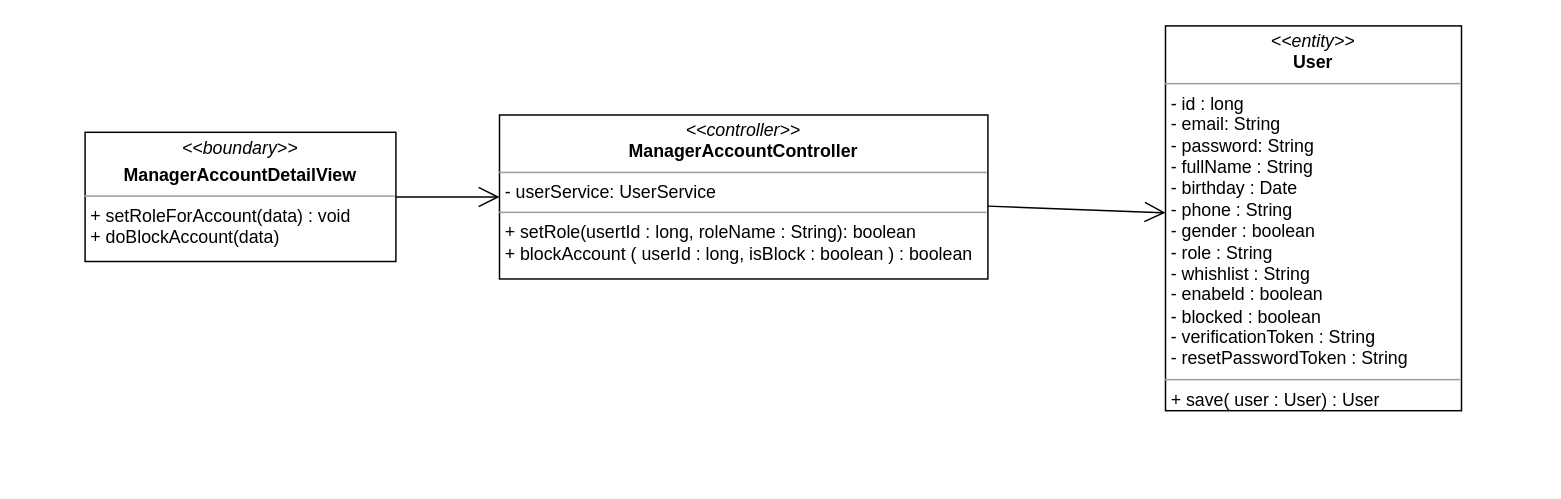
Above: class diagram/set-role-account-class-diagram.drawio in nguyenphamvan/datn_20202 (draw.io), before the change. Source tidied: cells renumbered, new cells numbered last; positions are measured from the earlier drawing's top-left corner, leaving out a move shared by most shapes. Both pictures are drawn from the tidied source at 148%, with x=0, y=0 at pixel (84, 25).
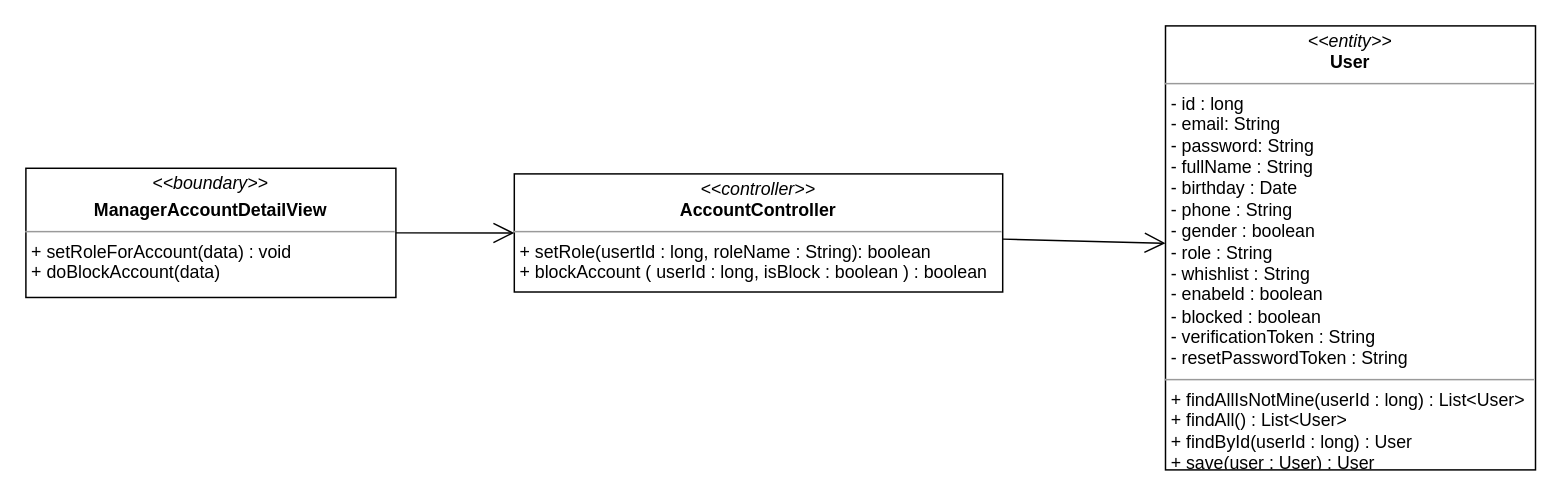
Above is the later version.

The edit, as a diff of the source:
```diff
@@
 <mxGraphModel>
   <root>
     <mxCell id="0" />
     <mxCell id="1" parent="0" />
     <mxCell id="2" value="&lt;p style=&quot;margin: 0px ; margin-top: 4px ; text-align: center&quot;&gt;&lt;i&gt;&amp;lt;&amp;lt;boundary&amp;gt;&amp;gt;&lt;/i&gt;&lt;/p&gt;&lt;p style=&quot;margin: 0px ; margin-top: 4px ; text-align: center&quot;&gt;&lt;b&gt;ManagerAccountDetailView&lt;/b&gt;&lt;/p&gt;&lt;hr size=&quot;1&quot;&gt;&lt;p style=&quot;margin: 0px ; margin-left: 4px&quot;&gt;&lt;span&gt;+ setRoleForAccount(data) : void&lt;/span&gt;&lt;br&gt;&lt;/p&gt;&lt;p style=&quot;margin: 0px ; margin-left: 4px&quot;&gt;&lt;span&gt;+ doBlockAccount(data)&lt;/span&gt;&lt;/p&gt;" style="verticalAlign=top;align=left;overflow=fill;fontSize=12;fontFamily=Helvetica;html=1;" parent="1" vertex="1">
-      <mxGeometry y="71.9" width="210" height="87.3" as="geometry" />
+      <mxGeometry x="-40" y="96.2" width="250" height="87.3" as="geometry" />
     </mxCell>
     <mxCell id="3" style="endArrow=open;endFill=1;endSize=12;html=1;entryX=0;entryY=0.5;entryDx=0;entryDy=0;exitX=1;exitY=0.5;exitDx=0;exitDy=0;" parent="1" edge="1" source="2" target="5">
       <mxGeometry relative="1" as="geometry" />
     </mxCell>
-    <mxCell id="4" value="&lt;p style=&quot;margin: 0px ; margin-top: 4px ; text-align: center&quot;&gt;&lt;i&gt;&amp;lt;&amp;lt;entity&amp;gt;&amp;gt;&lt;/i&gt;&lt;br&gt;&lt;b&gt;User&lt;/b&gt;&lt;/p&gt;&lt;hr size=&quot;1&quot;&gt;&lt;p style=&quot;margin: 0px ; margin-left: 4px&quot;&gt;- id : long&lt;/p&gt;&lt;p style=&quot;margin: 0px ; margin-left: 4px&quot;&gt;- email: String&lt;br&gt;- password: String&lt;/p&gt;&lt;p style=&quot;margin: 0px ; margin-left: 4px&quot;&gt;- fullName : String&lt;/p&gt;&lt;p style=&quot;margin: 0px ; margin-left: 4px&quot;&gt;- birthday : Date&lt;/p&gt;&lt;p style=&quot;margin: 0px ; margin-left: 4px&quot;&gt;- phone : String&lt;/p&gt;&lt;p style=&quot;margin: 0px ; margin-left: 4px&quot;&gt;- gender : boolean&lt;/p&gt;&lt;p style=&quot;margin: 0px ; margin-left: 4px&quot;&gt;- role : String&lt;/p&gt;&lt;p style=&quot;margin: 0px ; margin-left: 4px&quot;&gt;- whishlist : String&lt;/p&gt;&lt;p style=&quot;margin: 0px ; margin-left: 4px&quot;&gt;- enabeld : boolean&lt;/p&gt;&lt;p style=&quot;margin: 0px ; margin-left: 4px&quot;&gt;- blocked : boolean&lt;/p&gt;&lt;p style=&quot;margin: 0px ; margin-left: 4px&quot;&gt;- verificationToken : String&lt;/p&gt;&lt;p style=&quot;margin: 0px ; margin-left: 4px&quot;&gt;- resetPasswordToken : String&lt;/p&gt;&lt;hr size=&quot;1&quot;&gt;&lt;p style=&quot;margin: 0px ; margin-left: 4px&quot;&gt;+ save( user : User) : User&lt;/p&gt;" style="verticalAlign=top;align=left;overflow=fill;fontSize=12;fontFamily=Helvetica;html=1;" parent="1" vertex="1">
-      <mxGeometry x="730" width="200" height="260" as="geometry" />
+    <mxCell id="4" value="&lt;p style=&quot;margin: 0px ; margin-top: 4px ; text-align: center&quot;&gt;&lt;i&gt;&amp;lt;&amp;lt;entity&amp;gt;&amp;gt;&lt;/i&gt;&lt;br&gt;&lt;b&gt;User&lt;/b&gt;&lt;/p&gt;&lt;hr size=&quot;1&quot;&gt;&lt;p style=&quot;margin: 0px ; margin-left: 4px&quot;&gt;- id : long&lt;/p&gt;&lt;p style=&quot;margin: 0px ; margin-left: 4px&quot;&gt;- email: String&lt;br&gt;- password: String&lt;/p&gt;&lt;p style=&quot;margin: 0px ; margin-left: 4px&quot;&gt;- fullName : String&lt;/p&gt;&lt;p style=&quot;margin: 0px ; margin-left: 4px&quot;&gt;- birthday : Date&lt;/p&gt;&lt;p style=&quot;margin: 0px ; margin-left: 4px&quot;&gt;- phone : String&lt;/p&gt;&lt;p style=&quot;margin: 0px ; margin-left: 4px&quot;&gt;- gender : boolean&lt;/p&gt;&lt;p style=&quot;margin: 0px ; margin-left: 4px&quot;&gt;- role : String&lt;/p&gt;&lt;p style=&quot;margin: 0px ; margin-left: 4px&quot;&gt;- whishlist : String&lt;/p&gt;&lt;p style=&quot;margin: 0px ; margin-left: 4px&quot;&gt;- enabeld : boolean&lt;/p&gt;&lt;p style=&quot;margin: 0px ; margin-left: 4px&quot;&gt;- blocked : boolean&lt;/p&gt;&lt;p style=&quot;margin: 0px ; margin-left: 4px&quot;&gt;- verificationToken : String&lt;/p&gt;&lt;p style=&quot;margin: 0px ; margin-left: 4px&quot;&gt;- resetPasswordToken : String&lt;/p&gt;&lt;hr size=&quot;1&quot;&gt;&lt;p style=&quot;margin: 0px 0px 0px 4px&quot;&gt;+ findAllIsNotMine(userId : long) : List&amp;lt;User&amp;gt;&lt;/p&gt;&lt;p style=&quot;margin: 0px 0px 0px 4px&quot;&gt;+ findAll() : List&amp;lt;User&amp;gt;&lt;/p&gt;&lt;p style=&quot;margin: 0px 0px 0px 4px&quot;&gt;+ findById(userId : long) : User&lt;/p&gt;&lt;p style=&quot;margin: 0px 0px 0px 4px&quot;&gt;+ save(user : User) : User&lt;/p&gt;" style="verticalAlign=top;align=left;overflow=fill;fontSize=12;fontFamily=Helvetica;html=1;" parent="1" vertex="1">
+      <mxGeometry x="730" width="250" height="300" as="geometry" />
     </mxCell>
-    <mxCell id="5" value="&lt;p style=&quot;margin: 0px ; margin-top: 4px ; text-align: center&quot;&gt;&lt;i&gt;&amp;lt;&amp;lt;controller&amp;gt;&amp;gt;&lt;/i&gt;&lt;br&gt;&lt;b&gt;ManagerAccountController&lt;/b&gt;&lt;br&gt;&lt;/p&gt;&lt;hr size=&quot;1&quot;&gt;&lt;p style=&quot;margin: 0px ; margin-left: 4px&quot;&gt;- userService: UserService&lt;br&gt;&lt;/p&gt;&lt;hr size=&quot;1&quot;&gt;&lt;p style=&quot;margin: 0px ; margin-left: 4px&quot;&gt;+ setRole(usertId : long, roleName : String): boolean&lt;br&gt;&lt;/p&gt;&lt;p style=&quot;margin: 0px ; margin-left: 4px&quot;&gt;+ blockAccount ( userId : long, isBlock : boolean ) : boolean&lt;/p&gt;" style="verticalAlign=top;align=left;overflow=fill;fontSize=12;fontFamily=Helvetica;html=1;" parent="1" vertex="1">
-      <mxGeometry x="280" y="60.2" width="330" height="110.8" as="geometry" />
+    <mxCell id="5" value="&lt;p style=&quot;margin: 0px ; margin-top: 4px ; text-align: center&quot;&gt;&lt;i&gt;&amp;lt;&amp;lt;controller&amp;gt;&amp;gt;&lt;/i&gt;&lt;br&gt;&lt;b&gt;AccountController&lt;/b&gt;&lt;/p&gt;&lt;hr size=&quot;1&quot;&gt;&lt;p style=&quot;margin: 0px ; margin-left: 4px&quot;&gt;+ setRole(usertId : long, roleName : String): boolean&lt;br&gt;&lt;/p&gt;&lt;p style=&quot;margin: 0px ; margin-left: 4px&quot;&gt;+ blockAccount ( userId : long, isBlock : boolean ) : boolean&lt;/p&gt;" style="verticalAlign=top;align=left;overflow=fill;fontSize=12;fontFamily=Helvetica;html=1;" parent="1" vertex="1">
+      <mxGeometry x="290" y="100" width="330" height="79.8" as="geometry" />
     </mxCell>
     <mxCell id="6" style="endArrow=open;endFill=1;endSize=12;html=1;" parent="1" edge="1" source="5" target="4">
       <mxGeometry relative="1" as="geometry" />
     </mxCell>
   </root>
 </mxGraphModel>
```
